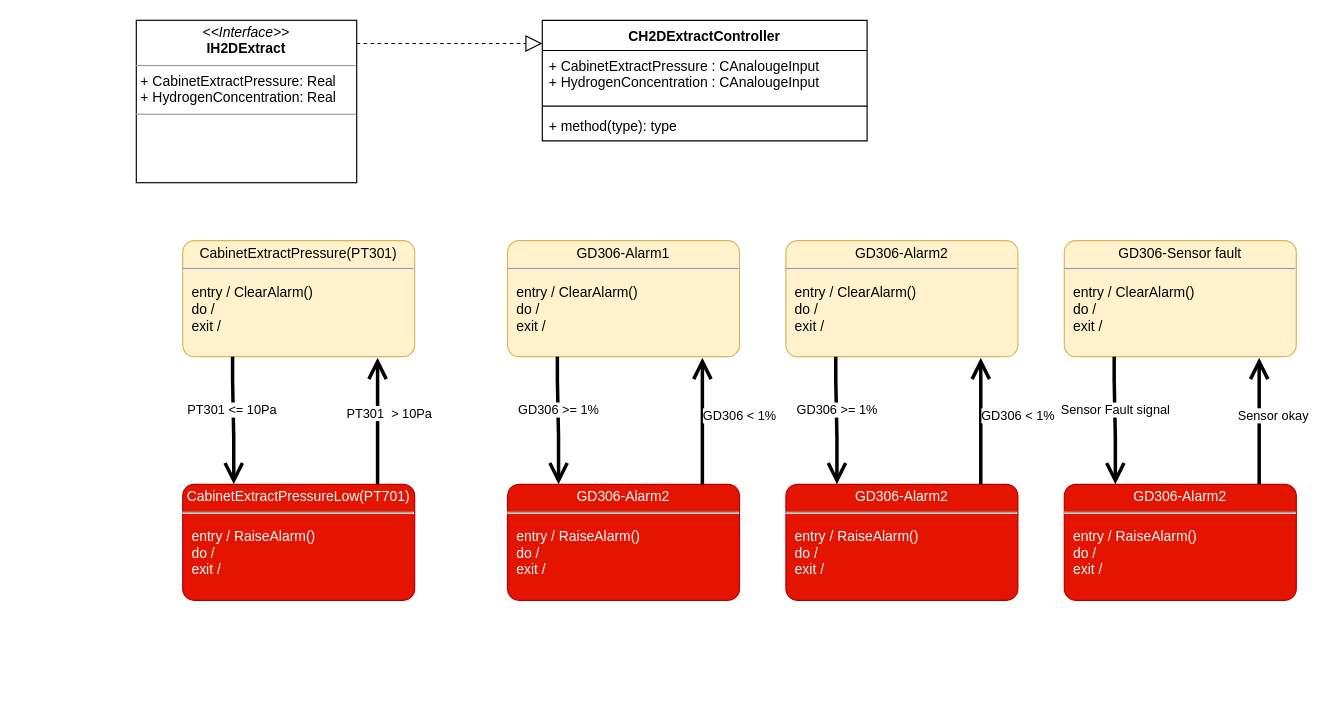
Above: page "H2DExtractController" (8 of 10) of H2D Modular.drawio in EdwardsKorea/CommonDrawIO (draw.io), before the change. Source tidied: cells renumbered, new cells numbered last; positions are measured from the earlier drawing's top-left corner, leaving out a move shared by most shapes. Both pictures are drawn from the tidied source at 116%, with x=0, y=0 at pixel (136, 20).
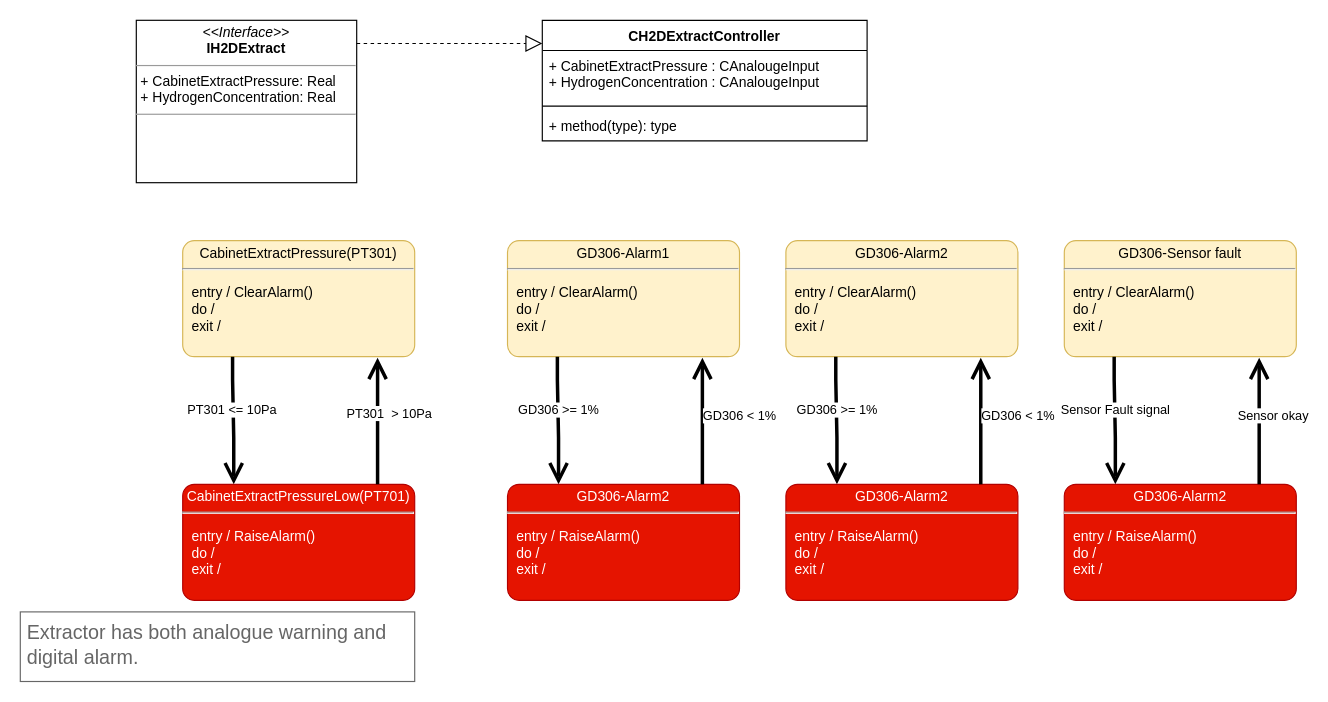
The same page after the edit.

Change to the diagram source:
```diff
@@
+    <mxCell id="24" value="Extractor has both analogue warning and digital alarm." style="strokeWidth=1;shadow=0;dashed=0;align=center;html=1;shape=mxgraph.mockup.text.textBox;fontColor=#666666;align=left;fontSize=17;spacingLeft=4;spacingTop=-3;whiteSpace=wrap;strokeColor=#666666;mainText=;" parent="1" vertex="1">
+      <mxGeometry x="-100" y="510" width="340" height="60" as="geometry" />
+    </mxCell>
```
